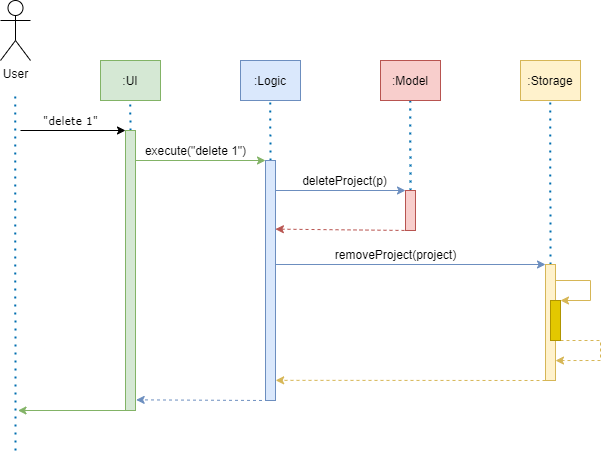
nus-cs2103-AY2021S1/tp keeps this PlantUML diagram as docs/images/ArchitectureSequenceDiagram.png. Above is the earlier version. Its source is kept beside it as docs/diagrams/ArchitectureSequenceDiagram.puml.
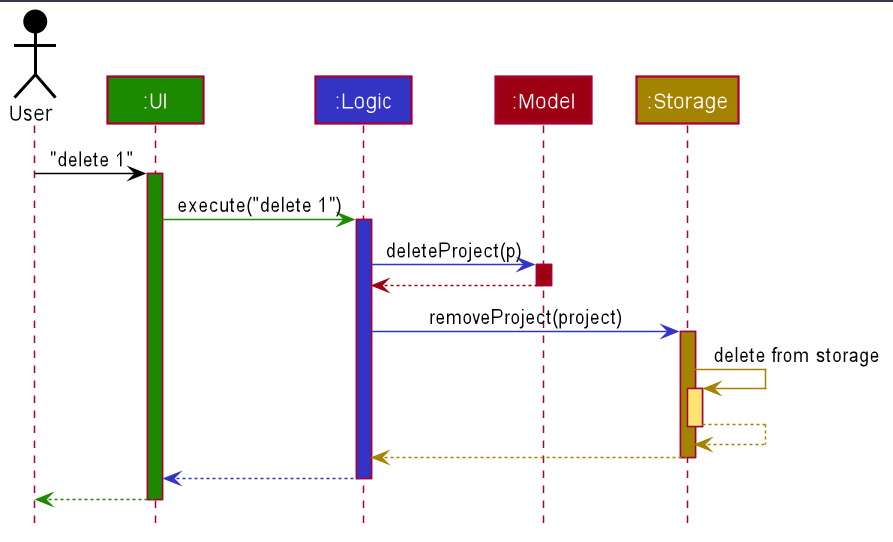
The same file after the commit.

The edit, as a diff of the source:
```diff
@@ -19,10 +19,10 @@
 model -[MODEL_COLOR]-> logic
 deactivate model
 
-logic -[LOGIC_COLOR]> storage : saveMainCatalogue(mainCatalogue)
+logic -[LOGIC_COLOR]> storage : removeProject(project)
 activate storage STORAGE_COLOR
 
-storage -[STORAGE_COLOR]> storage : Save to file
+storage -[STORAGE_COLOR]> storage : delete from storage
 activate storage STORAGE_COLOR_T1
 storage --[STORAGE_COLOR]> storage
 deactivate storage
```
